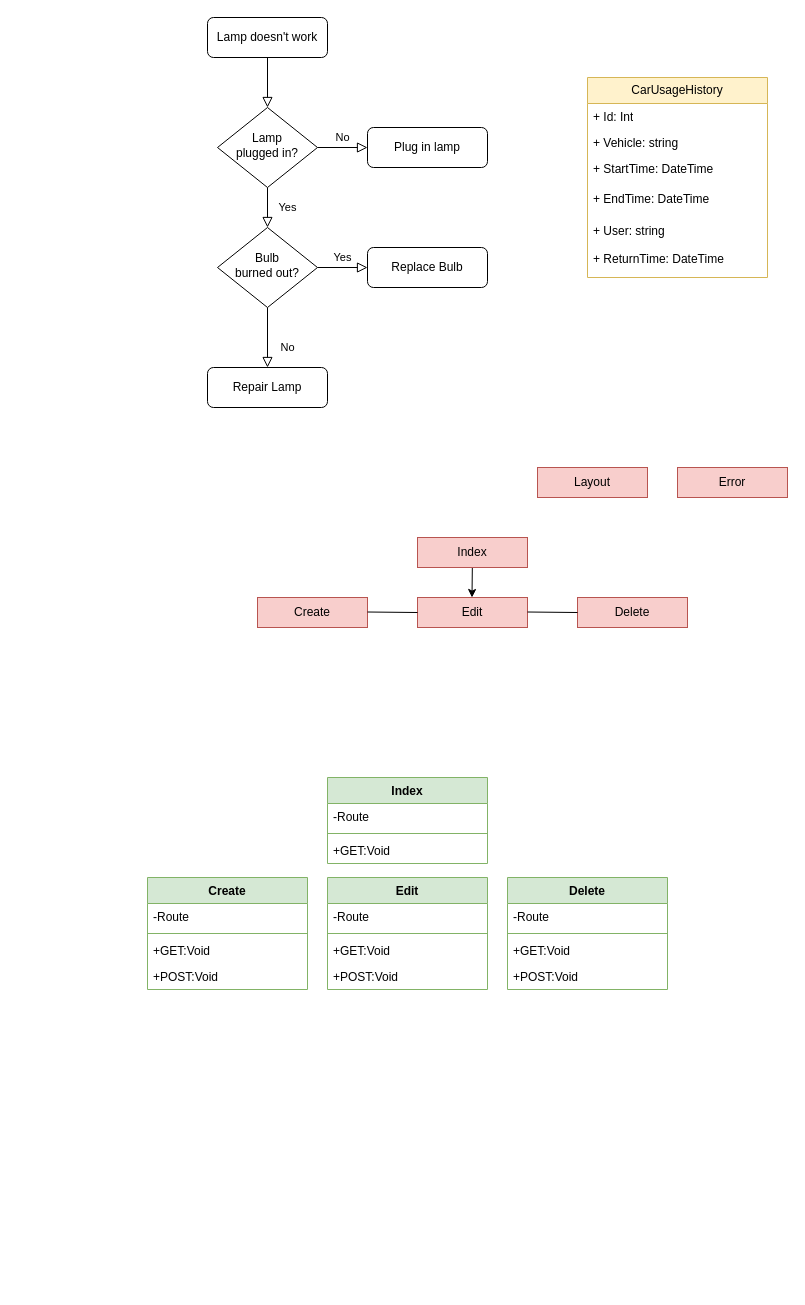
The draw.io diagram images/公務車租借流程.drawio in merosun/windows, before the edit. Source tidied: cells renumbered, new cells numbered last; positions are measured from the earlier drawing's top-left corner, leaving out a move shared by most shapes. Both pictures are drawn from the tidied source at 100%, with x=0, y=0 at pixel (147, 17).
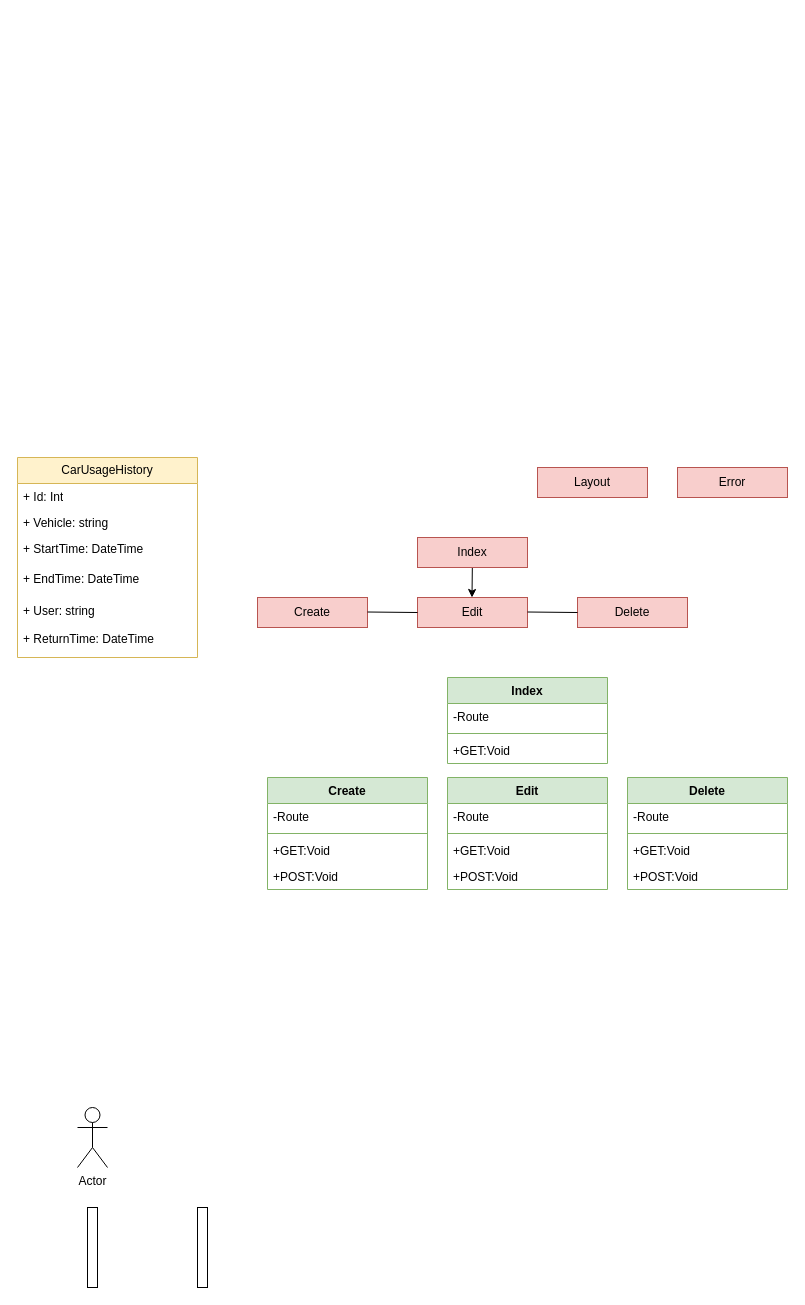
Above is the later version.

Commit message (it also covers changes not shown here):
更新公務車租借流程.drawio

Diff of the diagram source:
```diff
@@
-    <mxCell id="2" style="rounded=0;html=1;jettySize=auto;fontSize=11;endArrow=block;endFill=0;endSize=8;strokeWidth=1;shadow=0;labelBackgroundColor=none;edgeStyle=orthogonalEdgeStyle;" parent="1" edge="1" source="3" target="6">
-      <mxGeometry relative="1" as="geometry" />
-    </mxCell>
-    <mxCell id="3" value="Lamp doesn't work" style="rounded=1;whiteSpace=wrap;html=1;fontSize=12;glass=0;strokeWidth=1;shadow=0;" parent="1" vertex="1">
-      <mxGeometry x="60" width="120" height="40" as="geometry" />
-    </mxCell>
-    <mxCell id="4" value="Yes" style="rounded=0;html=1;jettySize=auto;fontSize=11;endArrow=block;endFill=0;endSize=8;strokeWidth=1;shadow=0;labelBackgroundColor=none;edgeStyle=orthogonalEdgeStyle;" parent="1" edge="1" source="6" target="10">
-      <mxGeometry y="20" relative="1" as="geometry" />
-    </mxCell>
-    <mxCell id="5" value="No" style="edgeStyle=orthogonalEdgeStyle;rounded=0;html=1;jettySize=auto;fontSize=11;endArrow=block;endFill=0;endSize=8;strokeWidth=1;shadow=0;labelBackgroundColor=none;" parent="1" edge="1" source="6" target="7">
-      <mxGeometry y="10" relative="1" as="geometry" />
-    </mxCell>
-    <mxCell id="6" value="Lamp&lt;br&gt;plugged in?" style="rhombus;whiteSpace=wrap;html=1;shadow=0;fontFamily=Helvetica;fontSize=12;align=center;strokeWidth=1;spacing=6;spacingTop=-4;" parent="1" vertex="1">
-      <mxGeometry x="70" y="90" width="100" height="80" as="geometry" />
-    </mxCell>
-    <mxCell id="7" value="Plug in lamp" style="rounded=1;whiteSpace=wrap;html=1;fontSize=12;glass=0;strokeWidth=1;shadow=0;" parent="1" vertex="1">
-      <mxGeometry x="220" y="110" width="120" height="40" as="geometry" />
-    </mxCell>
-    <mxCell id="8" value="No" style="rounded=0;html=1;jettySize=auto;fontSize=11;endArrow=block;endFill=0;endSize=8;strokeWidth=1;shadow=0;labelBackgroundColor=none;edgeStyle=orthogonalEdgeStyle;" parent="1" edge="1" source="10" target="11">
-      <mxGeometry x="0.33" y="20" relative="1" as="geometry" />
-    </mxCell>
-    <mxCell id="9" value="Yes" style="edgeStyle=orthogonalEdgeStyle;rounded=0;html=1;jettySize=auto;fontSize=11;endArrow=block;endFill=0;endSize=8;strokeWidth=1;shadow=0;labelBackgroundColor=none;" parent="1" edge="1" source="10" target="12">
-      <mxGeometry y="10" relative="1" as="geometry" />
-    </mxCell>
-    <mxCell id="10" value="Bulb&lt;br&gt;burned out?" style="rhombus;whiteSpace=wrap;html=1;shadow=0;fontFamily=Helvetica;fontSize=12;align=center;strokeWidth=1;spacing=6;spacingTop=-4;" parent="1" vertex="1">
-      <mxGeometry x="70" y="210" width="100" height="80" as="geometry" />
-    </mxCell>
-    <mxCell id="11" value="Repair Lamp" style="rounded=1;whiteSpace=wrap;html=1;fontSize=12;glass=0;strokeWidth=1;shadow=0;" parent="1" vertex="1">
-      <mxGeometry x="60" y="350" width="120" height="40" as="geometry" />
-    </mxCell>
-    <mxCell id="12" value="Replace Bulb" style="rounded=1;whiteSpace=wrap;html=1;fontSize=12;glass=0;strokeWidth=1;shadow=0;" parent="1" vertex="1">
-      <mxGeometry x="220" y="230" width="120" height="40" as="geometry" />
-    </mxCell>
     <mxCell id="13" value="CarUsageHistory" style="swimlane;fontStyle=0;horizontal=1;startSize=26;fillColor=#fff2cc;whiteSpace=wrap;html=1;strokeColor=#d6b656;" parent="1" vertex="1">
-      <mxGeometry x="440" y="60" width="180" height="200" as="geometry" />
+      <mxGeometry x="-130" y="440" width="180" height="200" as="geometry" />
     </mxCell>
@@
     <mxCell id="30" value="Index" style="swimlane;fontStyle=1;align=center;verticalAlign=top;horizontal=1;startSize=26;whiteSpace=wrap;html=1;fillColor=#d5e8d4;strokeColor=#82b366;" parent="1" vertex="1">
-      <mxGeometry x="180" y="760" width="160" height="86" as="geometry" />
+      <mxGeometry x="300" y="660" width="160" height="86" as="geometry" />
     </mxCell>
@@
     <mxCell id="34" value="Create" style="swimlane;fontStyle=1;align=center;verticalAlign=top;horizontal=1;startSize=26;whiteSpace=wrap;html=1;fillColor=#d5e8d4;strokeColor=#82b366;" parent="1" vertex="1">
-      <mxGeometry y="860" width="160" height="112" as="geometry" />
+      <mxGeometry x="120" y="760" width="160" height="112" as="geometry" />
     </mxCell>
@@
     <mxCell id="39" value="Edit" style="swimlane;fontStyle=1;align=center;verticalAlign=top;horizontal=1;startSize=26;whiteSpace=wrap;html=1;fillColor=#d5e8d4;strokeColor=#82b366;" parent="1" vertex="1">
-      <mxGeometry x="180" y="860" width="160" height="112" as="geometry" />
+      <mxGeometry x="300" y="760" width="160" height="112" as="geometry" />
     </mxCell>
@@
     <mxCell id="44" value="Delete" style="swimlane;fontStyle=1;align=center;verticalAlign=top;horizontal=1;startSize=26;whiteSpace=wrap;html=1;fillColor=#d5e8d4;strokeColor=#82b366;" parent="1" vertex="1">
-      <mxGeometry x="360" y="860" width="160" height="112" as="geometry" />
+      <mxGeometry x="480" y="760" width="160" height="112" as="geometry" />
     </mxCell>
@@
+    <mxCell id="49" value="Actor" style="shape=umlActor;verticalLabelPosition=bottom;verticalAlign=top;html=1;" parent="1" vertex="1">
+      <mxGeometry x="-70" y="1090" width="30" height="60" as="geometry" />
+    </mxCell>
+    <mxCell id="50" style="html=1;perimeter=orthogonalPerimeter;targetShapes=umlLifeline;newEdgeStyle={&quot;edgeStyle&quot;:&quot;elbowEdgeStyle&quot;,&quot;elbow&quot;:&quot;vertical&quot;,&quot;curved&quot;:0,&quot;rounded&quot;:0};" parent="1" vertex="1">
+      <mxGeometry x="-60" y="1190" width="10" height="80" as="geometry" />
+    </mxCell>
+    <mxCell id="51" style="html=1;perimeter=orthogonalPerimeter;targetShapes=umlLifeline;newEdgeStyle={&quot;edgeStyle&quot;:&quot;elbowEdgeStyle&quot;,&quot;elbow&quot;:&quot;vertical&quot;,&quot;curved&quot;:0,&quot;rounded&quot;:0};" parent="1" vertex="1">
+      <mxGeometry x="50" y="1190" width="10" height="80" as="geometry" />
+    </mxCell>
```
